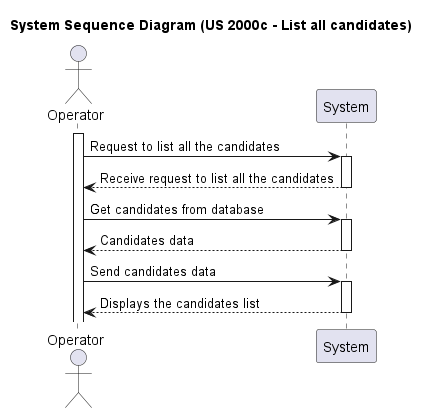
Above: docs/sprintB/2000c/svg/2000c-system-sequence-diagram.png in marcoferreira37/Lapr4 (PlantUML), before the change.
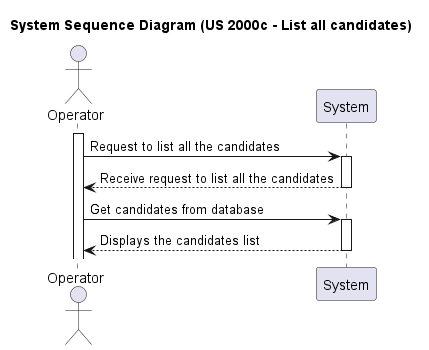
Above is the later version.

Diff of the diagram source:
```diff
@@ -11,10 +11,6 @@
 deactivate System
 Operator -> System: Get candidates from database
 activate System
-System --> Operator: Candidates data
-deactivate System
-Operator -> System: Send candidates data
-activate System
 System --> Operator: Displays the candidates list
 deactivate System
 
```
